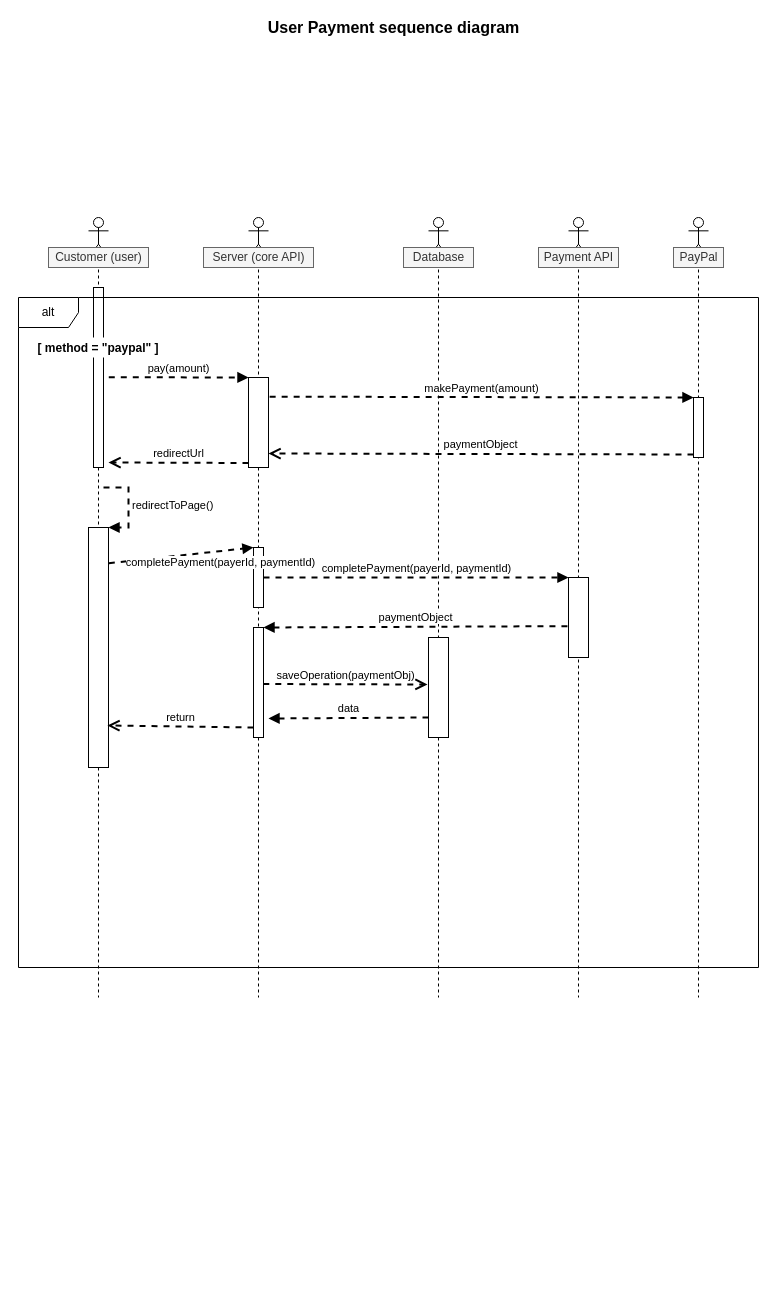
The draw.io diagram page "Sequence Diagram (Payment)" (4 of 4) of Class Diagram.drawio in Psycomentis06/AZIT-e-commerce-API-doc, before the edit. Source tidied: cells renumbered, new cells numbered last; positions are measured from the earlier drawing's top-left corner, leaving out a move shared by most shapes. Both pictures are drawn from the tidied source at 100%, with x=0, y=0 at pixel (18, 17).
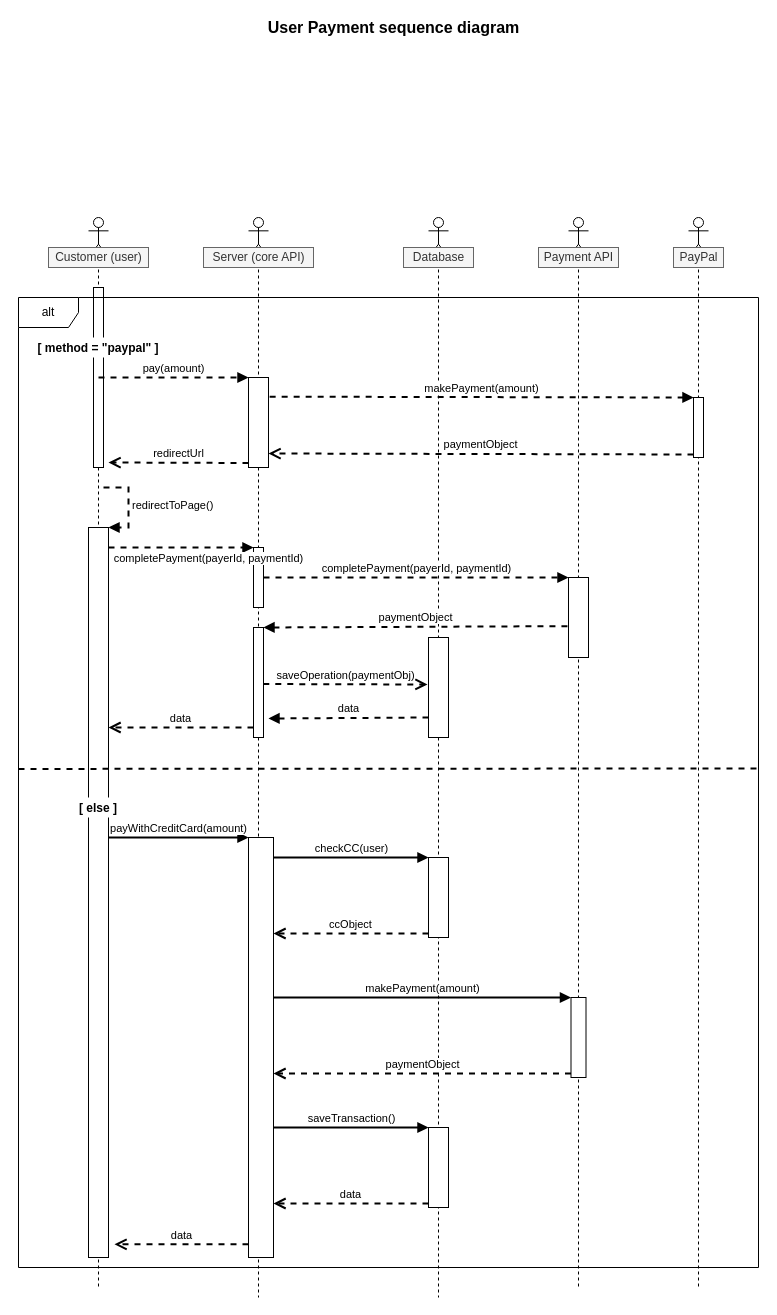
The same diagram, later.

Unchanged cells that the change refers to:
```xml
<mxCell id="17" style="html=1;points=[];perimeter=orthogonalPerimeter;fillColor=#FFFFFF;" parent="1" vertex="1">
  <mxGeometry x="230" y="360" width="20" height="90" as="geometry" />
</mxCell>
<mxCell id="25" style="html=1;points=[];perimeter=orthogonalPerimeter;fillColor=#FFFFFF;" parent="1" vertex="1">
  <mxGeometry x="235" y="530" width="10" height="60" as="geometry" />
</mxCell>
```

What changed in the source:
```diff
@@
+    <mxCell id="34" style="html=1;perimeter=orthogonalPerimeter;" parent="1" vertex="1">
+      <mxGeometry x="237.5" y="890" width="10" height="40" as="geometry" />
+    </mxCell>
     <mxCell id="2" style="shape=umlLifeline;participant=umlActor;perimeter=lifelinePerimeter;whiteSpace=wrap;html=1;verticalAlign=top;spacingTop=36;fillColor=#FFFFFF;" parent="1" vertex="1">
-      <mxGeometry x="230" y="200" width="20" height="780" as="geometry" />
+      <mxGeometry x="230" y="200" width="20" height="1080" as="geometry" />
     </mxCell>
     <mxCell id="3" style="shape=umlLifeline;participant=umlActor;perimeter=lifelinePerimeter;whiteSpace=wrap;html=1;verticalAlign=top;spacingTop=36;fillColor=#FFFFFF;" parent="1" vertex="1">
-      <mxGeometry x="670" y="200" width="20" height="780" as="geometry" />
+      <mxGeometry x="670" y="200" width="20" height="1070" as="geometry" />
     </mxCell>
     <mxCell id="4" style="shape=umlLifeline;participant=umlActor;perimeter=lifelinePerimeter;whiteSpace=wrap;html=1;verticalAlign=top;spacingTop=36;fillColor=#FFFFFF;" parent="1" vertex="1">
-      <mxGeometry x="70" y="200" width="20" height="780" as="geometry" />
+      <mxGeometry x="70" y="200" width="20" height="1070" as="geometry" />
     </mxCell>
@@
     <mxCell id="6" style="shape=umlLifeline;participant=umlActor;perimeter=lifelinePerimeter;whiteSpace=wrap;html=1;verticalAlign=top;spacingTop=36;fillColor=#FFFFFF;" parent="1" vertex="1">
-      <mxGeometry x="410" y="200" width="20" height="780" as="geometry" />
+      <mxGeometry x="410" y="200" width="20" height="1080" as="geometry" />
     </mxCell>
     <mxCell id="7" value="alt" style="shape=umlFrame;whiteSpace=wrap;html=1;fillColor=#FFFFFF;" parent="1" vertex="1">
-      <mxGeometry y="280" width="740" height="670" as="geometry" />
+      <mxGeometry y="280" width="740" height="970" as="geometry" />
     </mxCell>
@@
     <mxCell id="13" style="shape=umlLifeline;participant=umlActor;perimeter=lifelinePerimeter;whiteSpace=wrap;html=1;verticalAlign=top;spacingTop=36;fillColor=#FFFFFF;" parent="1" vertex="1">
-      <mxGeometry x="550" y="200" width="20" height="780" as="geometry" />
+      <mxGeometry x="550" y="200" width="20" height="1070" as="geometry" />
     </mxCell>
@@
-    <mxCell id="18" value="pay(amount)" style="html=1;verticalAlign=bottom;endArrow=block;entryX=0;entryY=0;dashed=1;strokeWidth=2;exitX=0.122;exitY=0.119;exitDx=0;exitDy=0;exitPerimeter=0;" parent="1" edge="1" source="7" target="17">
-      <mxGeometry relative="1" as="geometry" />
+    <mxCell id="18" value="pay(amount)" style="html=1;verticalAlign=bottom;endArrow=block;entryX=0;entryY=0;dashed=1;strokeWidth=2;" parent="1" edge="1" target="17">
+      <mxGeometry relative="1" as="geometry">
+        <mxPoint x="80" y="360" as="sourcePoint" />
+      </mxGeometry>
     </mxCell>
@@
     <mxCell id="23" style="html=1;points=[];perimeter=orthogonalPerimeter;fillColor=#FFFFFF;" parent="1" vertex="1">
-      <mxGeometry x="70" y="510" width="20" height="240" as="geometry" />
+      <mxGeometry x="70" y="510" width="20" height="730" as="geometry" />
     </mxCell>
@@
-    <mxCell id="26" value="completePayment(payerId, paymentId)" style="html=1;verticalAlign=bottom;endArrow=block;entryX=0;entryY=0;dashed=1;strokeWidth=2;exitX=1.017;exitY=0.149;exitDx=0;exitDy=0;exitPerimeter=0;" parent="1" edge="1" source="23" target="25">
-      <mxGeometry x="0.51" y="-20" relative="1" as="geometry" />
+    <mxCell id="26" value="completePayment(payerId, paymentId)" style="html=1;verticalAlign=bottom;endArrow=block;entryX=0;entryY=0;dashed=1;strokeWidth=2;" parent="1" edge="1" source="23" target="25">
+      <mxGeometry x="0.38" y="-20" relative="1" as="geometry" />
     </mxCell>
@@
-    <mxCell id="33" value="return" style="html=1;verticalAlign=bottom;endArrow=open;dashed=1;endSize=8;strokeWidth=2;entryX=0.947;entryY=0.825;entryDx=0;entryDy=0;entryPerimeter=0;" parent="1" edge="1" target="23">
+    <mxCell id="33" value="data" style="html=1;verticalAlign=bottom;endArrow=open;dashed=1;endSize=8;strokeWidth=2;" parent="1" edge="1" target="23">
       <mxGeometry relative="1" as="geometry">
         <mxPoint x="235" y="710" as="sourcePoint" />
       </mxGeometry>
     </mxCell>
+    <mxCell id="35" style="endArrow=none;dashed=1;html=1;exitX=0;exitY=0.486;exitDx=0;exitDy=0;exitPerimeter=0;strokeWidth=2;" parent="1" edge="1" source="7">
+      <mxGeometry relative="1" as="geometry">
+        <mxPoint x="740" y="751" as="targetPoint" />
+      </mxGeometry>
+    </mxCell>
+    <mxCell id="36" value="[ else ]" style="text;align=center;fontStyle=1;verticalAlign=middle;spacingLeft=3;spacingRight=3;strokeColor=none;fillColor=#FFFFFF;" parent="1" vertex="1">
+      <mxGeometry x="45" y="780" width="70" height="20" as="geometry" />
+    </mxCell>
+    <mxCell id="37" style="html=1;points=[];perimeter=orthogonalPerimeter;" parent="1" vertex="1">
+      <mxGeometry x="230" y="820" width="25" height="420" as="geometry" />
+    </mxCell>
+    <mxCell id="38" value="payWithCreditCard(amount)" style="html=1;verticalAlign=bottom;endArrow=block;entryX=0;entryY=0;strokeWidth=2;" parent="1" edge="1" source="23" target="37">
+      <mxGeometry relative="1" as="geometry" />
+    </mxCell>
+    <mxCell id="39" value="data" style="html=1;verticalAlign=bottom;endArrow=open;dashed=1;endSize=8;strokeWidth=2;entryX=1.3;entryY=0.982;entryDx=0;entryDy=0;entryPerimeter=0;" parent="1" edge="1" source="37" target="23">
+      <mxGeometry relative="1" as="geometry" />
+    </mxCell>
+    <mxCell id="40" style="html=1;points=[];perimeter=orthogonalPerimeter;" parent="1" vertex="1">
+      <mxGeometry x="552.5" y="980" width="15" height="80" as="geometry" />
+    </mxCell>
+    <mxCell id="41" value="makePayment(amount)" style="html=1;verticalAlign=bottom;endArrow=block;entryX=0;entryY=0;strokeWidth=2;" parent="1" edge="1" target="40">
+      <mxGeometry relative="1" as="geometry">
+        <mxPoint x="255" y="980" as="sourcePoint" />
+      </mxGeometry>
+    </mxCell>
+    <mxCell id="42" value="paymentObject" style="html=1;verticalAlign=bottom;endArrow=open;dashed=1;endSize=8;exitX=0;exitY=0.95;strokeWidth=2;" parent="1" edge="1" source="40">
+      <mxGeometry relative="1" as="geometry">
+        <mxPoint x="255" y="1056" as="targetPoint" />
+      </mxGeometry>
+    </mxCell>
+    <mxCell id="43" style="html=1;points=[];perimeter=orthogonalPerimeter;" parent="1" vertex="1">
+      <mxGeometry x="410" y="840" width="20" height="80" as="geometry" />
+    </mxCell>
+    <mxCell id="44" value="checkCC(user)" style="html=1;verticalAlign=bottom;endArrow=block;entryX=0;entryY=0;strokeWidth=2;" parent="1" edge="1" target="43">
+      <mxGeometry relative="1" as="geometry">
+        <mxPoint x="255" y="840" as="sourcePoint" />
+      </mxGeometry>
+    </mxCell>
+    <mxCell id="45" value="ccObject" style="html=1;verticalAlign=bottom;endArrow=open;dashed=1;endSize=8;exitX=0;exitY=0.95;strokeWidth=2;" parent="1" edge="1" source="43">
+      <mxGeometry relative="1" as="geometry">
+        <mxPoint x="255" y="916" as="targetPoint" />
+      </mxGeometry>
+    </mxCell>
+    <mxCell id="46" style="html=1;points=[];perimeter=orthogonalPerimeter;" parent="1" vertex="1">
+      <mxGeometry x="410" y="1110" width="20" height="80" as="geometry" />
+    </mxCell>
+    <mxCell id="47" value="saveTransaction()" style="html=1;verticalAlign=bottom;endArrow=block;entryX=0;entryY=0;strokeWidth=2;" parent="1" edge="1" target="46">
+      <mxGeometry relative="1" as="geometry">
+        <mxPoint x="255" y="1110" as="sourcePoint" />
+      </mxGeometry>
+    </mxCell>
+    <mxCell id="48" value="data" style="html=1;verticalAlign=bottom;endArrow=open;dashed=1;endSize=8;exitX=0;exitY=0.95;strokeWidth=2;" parent="1" edge="1" source="46">
+      <mxGeometry relative="1" as="geometry">
+        <mxPoint x="255" y="1186" as="targetPoint" />
+      </mxGeometry>
+    </mxCell>
```
